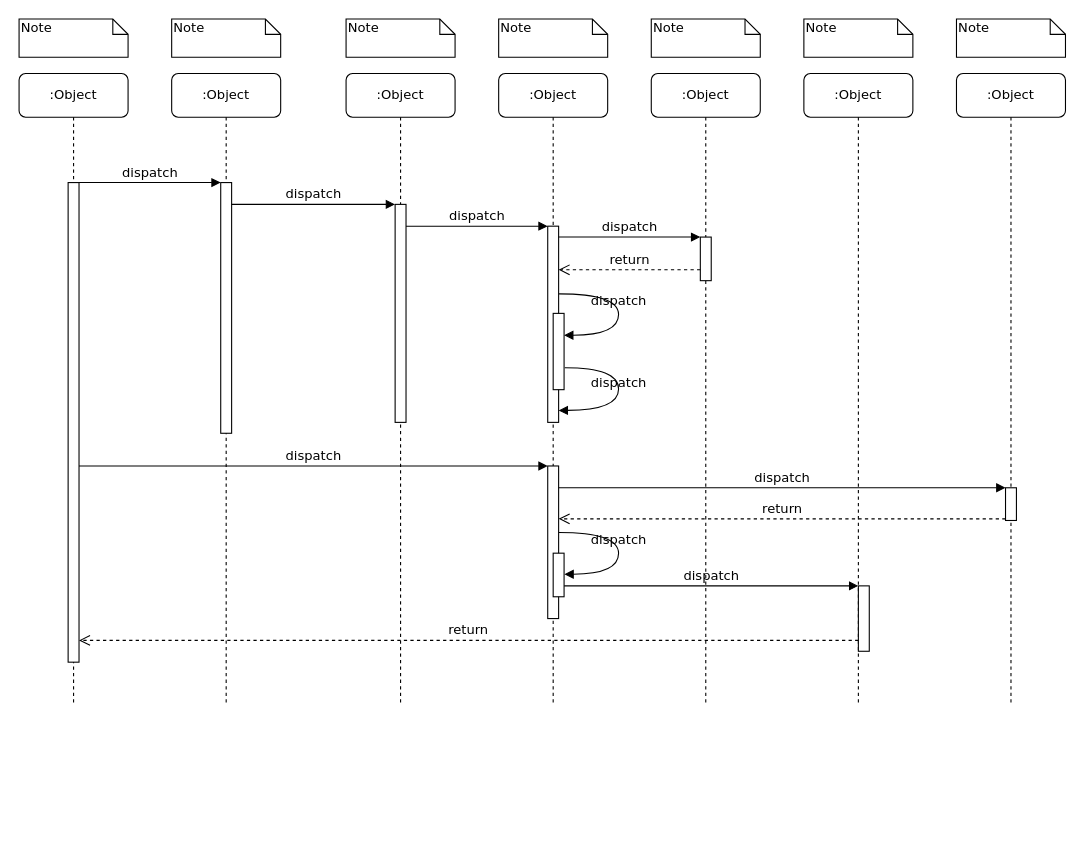
Earlier version of the draw.io diagram examples/ExampleDiagram.drawio (Git-Going-With-Git/Data-Fridays-Presentation). Source tidied: cells renumbered, new cells numbered last; positions are measured from the earlier drawing's top-left corner, leaving out a move shared by most shapes. Both pictures are drawn from the tidied source at 109%, with x=0, y=0 at pixel (19, 19).
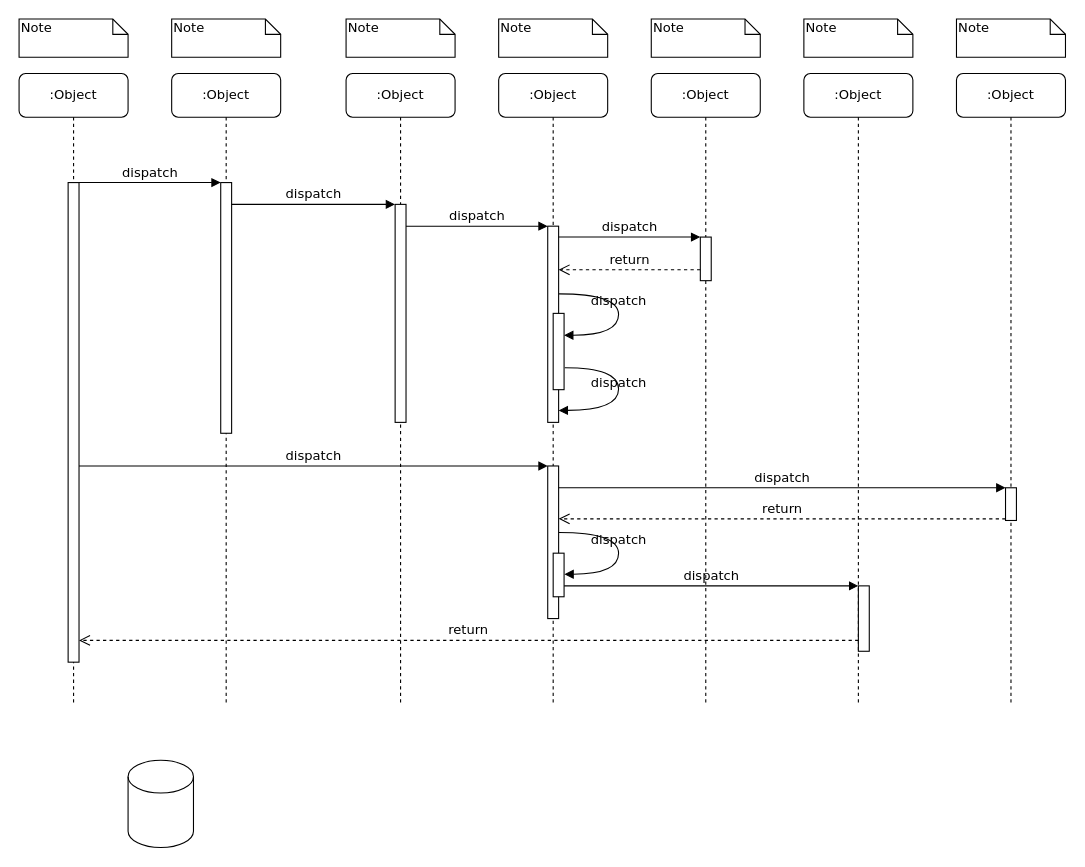
After the change.

Commit message:
Add a cool cylinder to ExampleDiagram

Diff of the diagram source:
```diff
@@
+    <mxCell id="39" style="shape=cylinder3;whiteSpace=wrap;html=1;boundedLbl=1;backgroundOutline=1;size=15;" parent="1" vertex="1">
+      <mxGeometry x="100" y="680" width="60" height="80" as="geometry" />
+    </mxCell>
```
